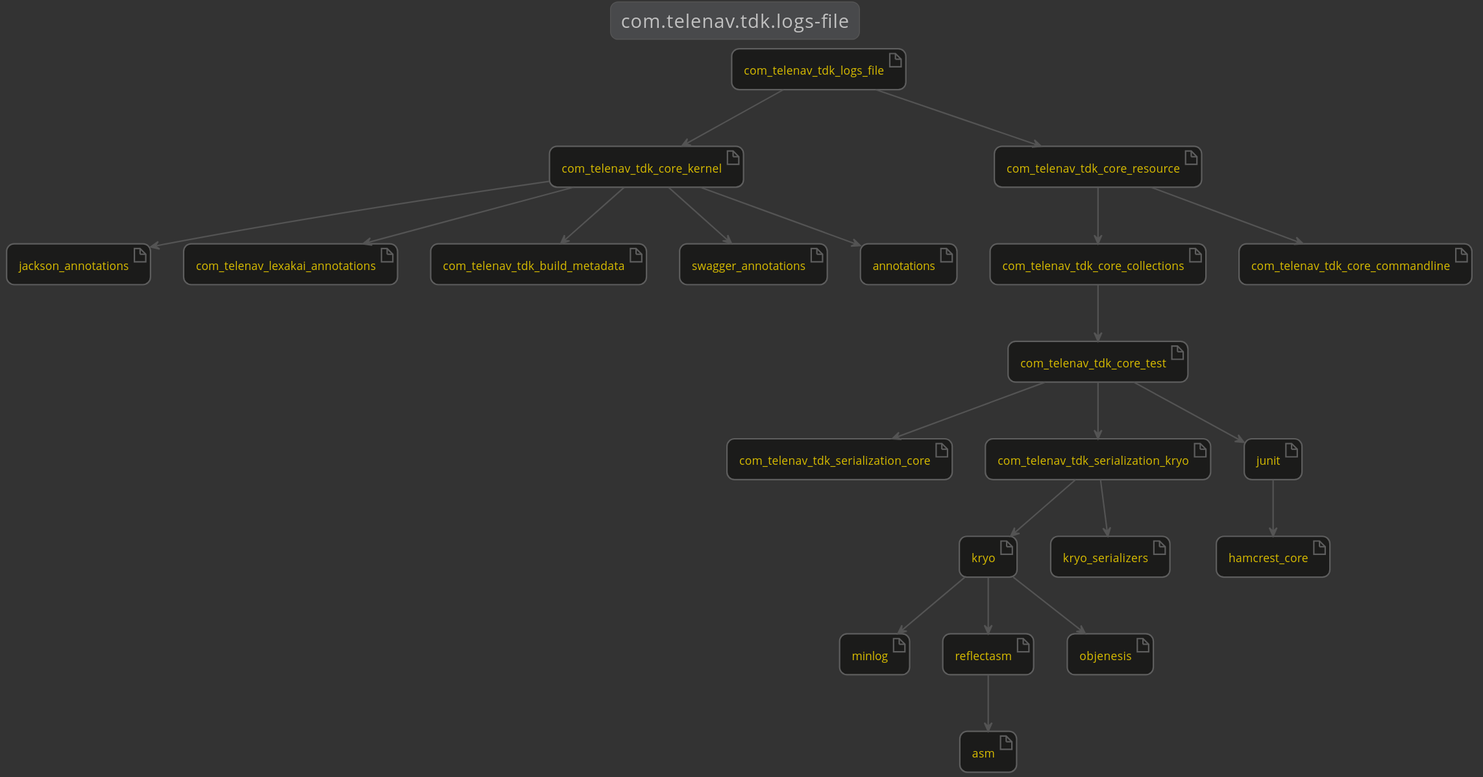
The PlantUML diagram kivakit-logs/file/documentation/diagrams/dependencies.svg in Telenav/kivakit, before a commit.
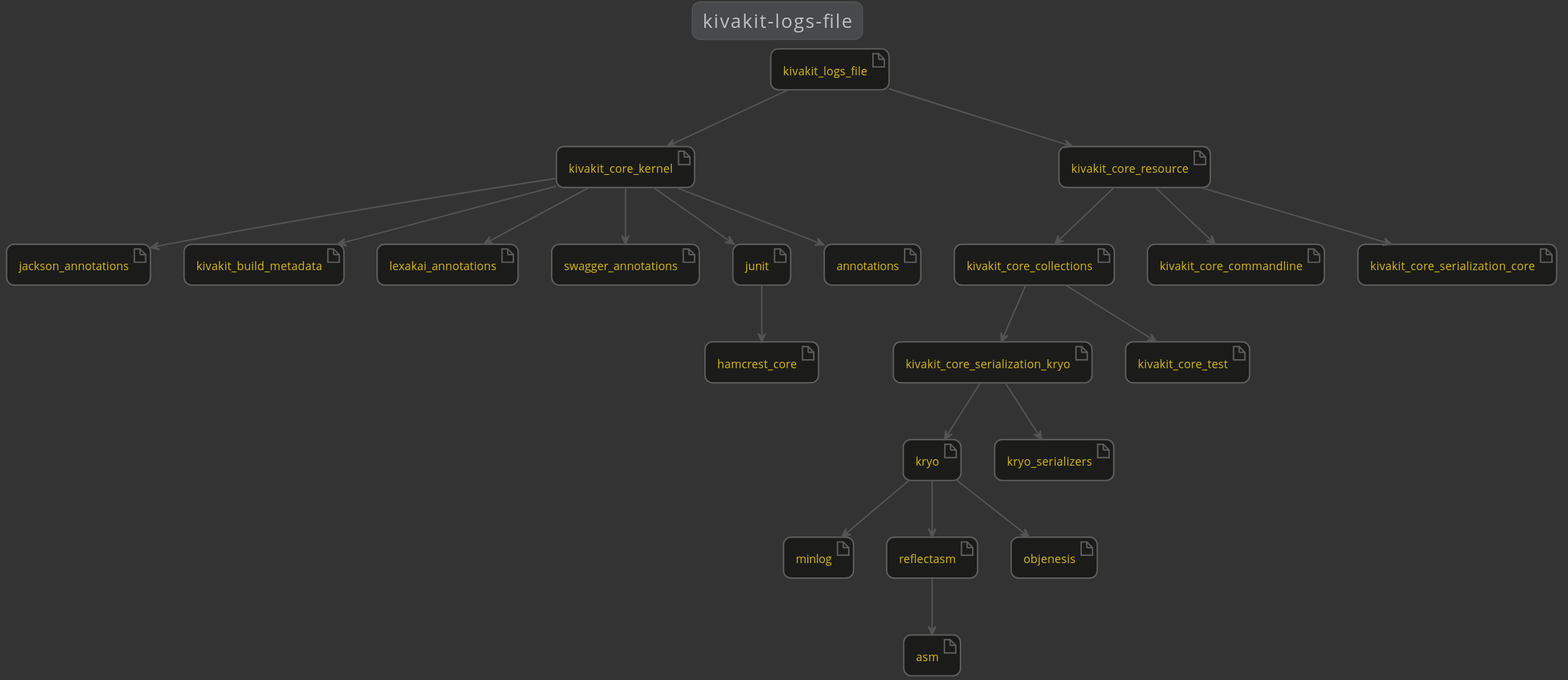
Later version of the same file.

Diff of the diagram source:
```diff
@@ -2,22 +2,22 @@
 
     !include ../lexakai.theme
 
-    title "com.telenav.tdk.logs-file"
+    title "kivakit-logs-file"
 
     artifact kryo
     artifact minlog
     artifact reflectasm
     artifact jackson_annotations
-    artifact com_telenav_lexakai_annotations
-    artifact com_telenav_tdk_build_metadata
-    artifact com_telenav_tdk_core_collections
-    artifact com_telenav_tdk_core_commandline
-    artifact com_telenav_tdk_core_kernel
-    artifact com_telenav_tdk_core_resource
-    artifact com_telenav_tdk_core_test
-    artifact com_telenav_tdk_logs_file
-    artifact com_telenav_tdk_serialization_core
-    artifact com_telenav_tdk_serialization_kryo
+    artifact kivakit_build_metadata
+    artifact kivakit_core_collections
+    artifact kivakit_core_commandline
+    artifact kivakit_core_kernel
+    artifact kivakit_core_resource
+    artifact kivakit_core_serialization_core
+    artifact kivakit_core_serialization_kryo
+    artifact kivakit_core_test
+    artifact kivakit_logs_file
+    artifact lexakai_annotations
     artifact kryo_serializers
     artifact swagger_annotations
     artifact junit
@@ -25,22 +25,22 @@
     artifact annotations
     artifact objenesis
     artifact asm
-    com_telenav_tdk_core_collections --> com_telenav_tdk_core_test
-    com_telenav_tdk_core_kernel --> annotations
-    com_telenav_tdk_core_kernel --> com_telenav_lexakai_annotations
-    com_telenav_tdk_core_kernel --> com_telenav_tdk_build_metadata
-    com_telenav_tdk_core_kernel --> jackson_annotations
-    com_telenav_tdk_core_kernel --> swagger_annotations
-    com_telenav_tdk_core_resource --> com_telenav_tdk_core_collections
-    com_telenav_tdk_core_resource --> com_telenav_tdk_core_commandline
-    com_telenav_tdk_core_test --> com_telenav_tdk_serialization_core
-    com_telenav_tdk_core_test --> com_telenav_tdk_serialization_kryo
-    com_telenav_tdk_core_test --> junit
-    com_telenav_tdk_logs_file --> com_telenav_tdk_core_kernel
-    com_telenav_tdk_logs_file --> com_telenav_tdk_core_resource
-    com_telenav_tdk_serialization_kryo --> kryo
-    com_telenav_tdk_serialization_kryo --> kryo_serializers
     junit --> hamcrest_core
+    kivakit_core_collections --> kivakit_core_serialization_kryo
+    kivakit_core_collections --> kivakit_core_test
+    kivakit_core_kernel --> annotations
+    kivakit_core_kernel --> jackson_annotations
+    kivakit_core_kernel --> junit
+    kivakit_core_kernel --> kivakit_build_metadata
+    kivakit_core_kernel --> lexakai_annotations
+    kivakit_core_kernel --> swagger_annotations
+    kivakit_core_resource --> kivakit_core_collections
+    kivakit_core_resource --> kivakit_core_commandline
+    kivakit_core_resource --> kivakit_core_serialization_core
+    kivakit_core_serialization_kryo --> kryo
+    kivakit_core_serialization_kryo --> kryo_serializers
+    kivakit_logs_file --> kivakit_core_kernel
+    kivakit_logs_file --> kivakit_core_resource
     kryo --> minlog
     kryo --> objenesis
     kryo --> reflectasm
```
